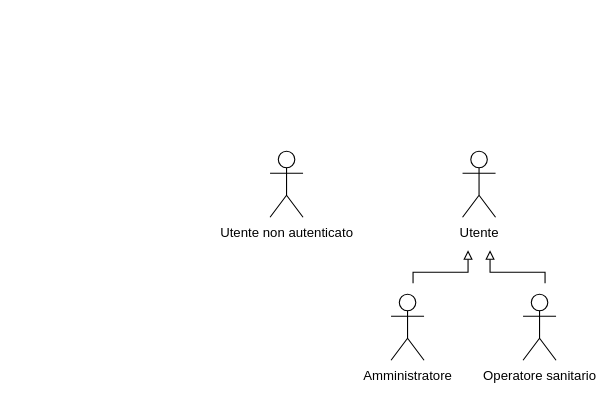
Earlier version of the draw.io diagram 2-RTB/Analisi_dei_requisiti/draw.io/Attori.drawio (SnakeByteTeam/snakebyteteam.github.io). Source tidied: cells renumbered, new cells numbered last; positions are measured from the earlier drawing's top-left corner, leaving out a move shared by most shapes. Both pictures are drawn from the tidied source at 110%, with x=0, y=0 at pixel (270, 151).
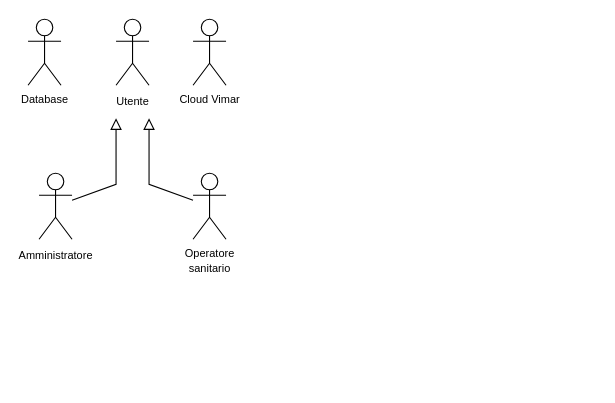
The same diagram, later.

The edit, as a diff of the source:
```diff
@@
-<mxGraphModel background="light-dark(#FFFFFF,#121212)">
+<mxGraphModel>
   <root>
     <mxCell id="0" />
     <mxCell id="1" parent="0" />
-    <mxCell id="2" value="Utente" style="shape=umlActor;verticalLabelPosition=bottom;verticalAlign=top;html=1;labelBackgroundColor=none;labelPosition=center;align=center;" parent="1" vertex="1">
-      <mxGeometry x="175" width="30" height="60" as="geometry" />
-    </mxCell>
-    <mxCell id="3" value="Amministratore" style="shape=umlActor;verticalLabelPosition=bottom;verticalAlign=top;html=1;outlineConnect=0;labelBackgroundColor=none;labelPosition=center;align=center;" parent="1" vertex="1">
-      <mxGeometry x="110" y="130" width="30" height="60" as="geometry" />
+    <mxCell id="3" value="&lt;font style=&quot;font-size: 10px; line-height: 100%;&quot;&gt;Amministratore&lt;/font&gt;" style="shape=umlActor;verticalLabelPosition=bottom;verticalAlign=top;html=1;outlineConnect=0;" parent="1" vertex="1">
+      <mxGeometry x="-210" y="20" width="30" height="60" as="geometry" />
     </mxCell>
-    <mxCell id="4" value="Operatore sanitario" style="shape=umlActor;verticalLabelPosition=bottom;verticalAlign=top;html=1;outlineConnect=0;labelBackgroundColor=none;labelPosition=center;align=center;" parent="1" vertex="1">
-      <mxGeometry x="230" y="130" width="30" height="60" as="geometry" />
+    <mxCell id="4" value="&lt;div style=&quot;line-height: 100%;&quot;&gt;&lt;div&gt;&lt;font style=&quot;font-size: 10px;&quot;&gt;Operatore&lt;/font&gt;&lt;/div&gt;&lt;div&gt;&lt;font style=&quot;font-size: 10px;&quot;&gt;sanitario&lt;/font&gt;&lt;/div&gt;&lt;/div&gt;" style="shape=umlActor;verticalLabelPosition=bottom;verticalAlign=top;html=1;outlineConnect=0;" parent="1" vertex="1">
+      <mxGeometry x="-70" y="20" width="30" height="60" as="geometry" />
     </mxCell>
-    <mxCell id="5" value="Utente non autenticato" style="shape=umlActor;verticalLabelPosition=bottom;verticalAlign=top;html=1;labelBackgroundColor=none;labelPosition=center;align=center;" parent="1" vertex="1">
-      <mxGeometry width="30" height="60" as="geometry" />
-    </mxCell>
-    <mxCell id="6" style="endArrow=block;html=1;rounded=0;endFill=0;" parent="1" edge="1">
-      <mxGeometry relative="1" as="geometry">
-        <mxPoint x="130" y="120" as="sourcePoint" />
-        <mxPoint x="180" y="90" as="targetPoint" />
-        <Array as="points">
-          <mxPoint x="130" y="110" />
-          <mxPoint x="180" y="110" />
-        </Array>
-      </mxGeometry>
-    </mxCell>
-    <mxCell id="7" style="endArrow=block;html=1;rounded=0;endFill=0;" parent="1" edge="1">
-      <mxGeometry relative="1" as="geometry">
-        <mxPoint x="250" y="120" as="sourcePoint" />
-        <mxPoint x="200" y="90" as="targetPoint" />
-        <Array as="points">
-          <mxPoint x="250" y="110" />
-          <mxPoint x="200" y="110" />
-        </Array>
-      </mxGeometry>
-    </mxCell>
+    <mxCell id="2" value="&lt;font style=&quot;font-size: 10px; line-height: 100%;&quot;&gt;Utente&lt;/font&gt;" style="shape=umlActor;verticalLabelPosition=bottom;verticalAlign=top;html=1;" parent="1" vertex="1">
+      <mxGeometry x="-140" y="-120" width="30" height="60" as="geometry" />
+    </mxCell>
+    <mxCell id="8" style="endArrow=block;endFill=0;endSize=8;html=1;rounded=0;" parent="1" edge="1" source="3">
+      <mxGeometry relative="1" as="geometry">
+        <mxPoint x="-140" y="-30" as="targetPoint" />
+        <Array as="points">
+          <mxPoint x="-140" y="30" />
+        </Array>
+      </mxGeometry>
+    </mxCell>
+    <mxCell id="9" style="endArrow=block;endFill=0;endSize=8;html=1;rounded=0;" parent="1" edge="1" source="4">
+      <mxGeometry relative="1" as="geometry">
+        <mxPoint x="-110" y="-30" as="targetPoint" />
+        <Array as="points">
+          <mxPoint x="-110" y="30" />
+        </Array>
+      </mxGeometry>
+    </mxCell>
+    <mxCell id="10" value="&lt;div style=&quot;line-height: 100%;&quot;&gt;&lt;span style=&quot;font-size: 10px;&quot;&gt;Database&lt;/span&gt;&lt;/div&gt;" style="shape=umlActor;verticalLabelPosition=bottom;verticalAlign=top;html=1;" parent="1" vertex="1">
+      <mxGeometry x="-220" y="-120" width="30" height="60" as="geometry" />
+    </mxCell>
+    <mxCell id="11" value="&lt;div style=&quot;line-height: 100%;&quot;&gt;&lt;span style=&quot;font-size: 10px;&quot;&gt;Cloud Vimar&lt;/span&gt;&lt;/div&gt;" style="shape=umlActor;verticalLabelPosition=bottom;verticalAlign=top;html=1;" parent="1" vertex="1">
+      <mxGeometry x="-70" y="-120" width="30" height="60" as="geometry" />
+    </mxCell>
   </root>
 </mxGraphModel>
```
